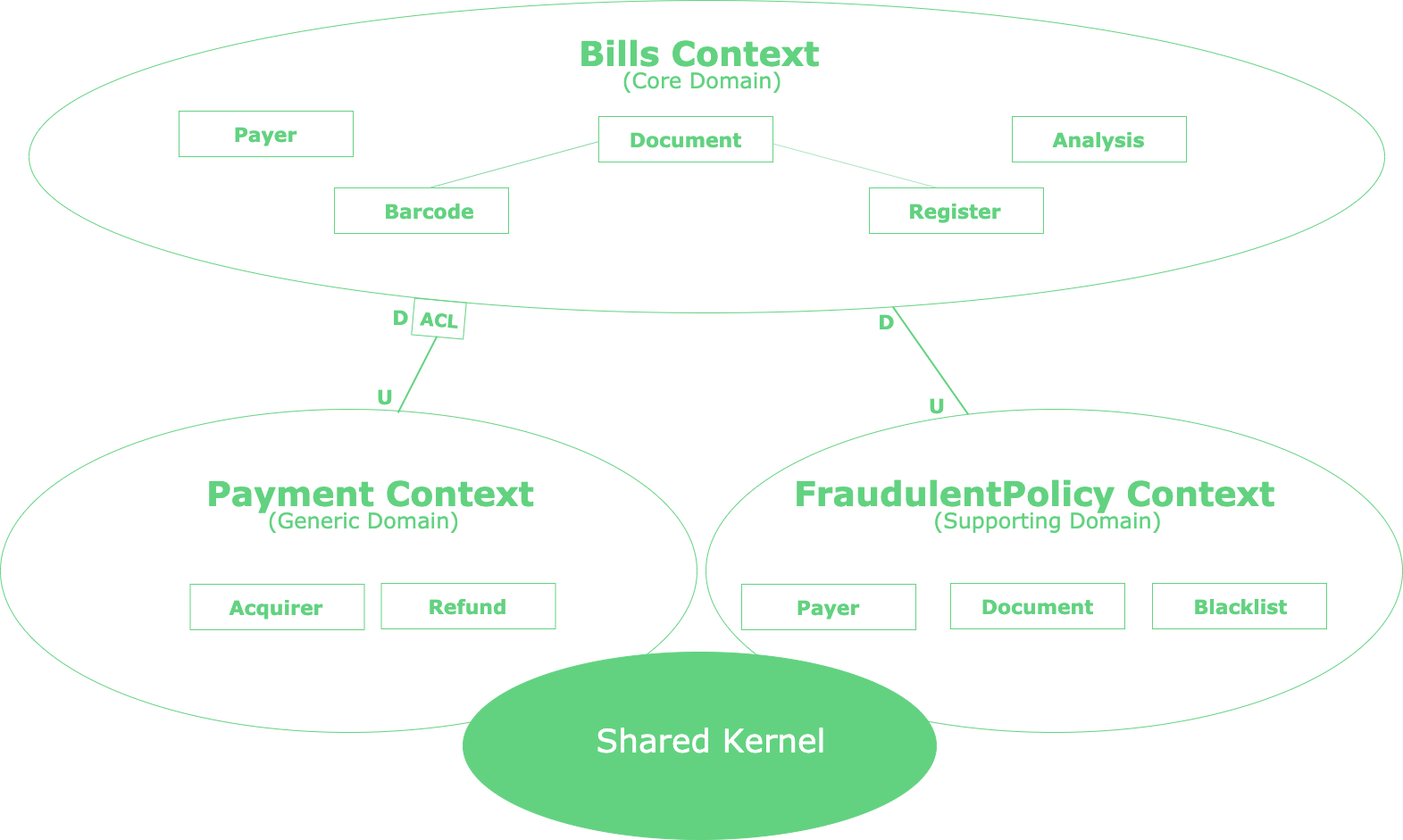
Earlier version of the draw.io export assets/sharedKernel.png (renatocosta/Domain-driven-Design). Source tidied: cells renumbered, new cells last; positions are measured from the earlier drawing's top-left corner, leaving out a move shared by most shapes. The source it was exported from:
```xml
<mxGraphModel>
  <root>
    <mxCell id="0" />
    <mxCell id="1" parent="0" />
    <mxCell id="2" style="ellipse;whiteSpace=wrap;html=1;shadow=0;strokeColor=#62D280;fillColor=none;" parent="1" vertex="1">
      <mxGeometry x="32" width="1518" height="350" as="geometry" />
    </mxCell>
    <mxCell id="3" style="ellipse;whiteSpace=wrap;html=1;shadow=0;strokeColor=#62D280;fillColor=none;" parent="1" vertex="1">
      <mxGeometry x="790" y="458" width="780" height="362" as="geometry" />
    </mxCell>
    <mxCell id="4" style="line;strokeWidth=2;direction=south;html=1;shadow=0;fillColor=#62D280;rotation=27;strokeColor=#62D280;" parent="1" vertex="1">
      <mxGeometry x="367" y="371" width="200" height="96" as="geometry" />
    </mxCell>
    <mxCell id="5" style="line;strokeWidth=2;direction=south;html=1;shadow=0;fillColor=#62D280;rotation=-35;strokeColor=#62D280;" parent="1" vertex="1">
      <mxGeometry x="919" y="330" width="245" height="147" as="geometry" />
    </mxCell>
    <mxCell id="6" value="&lt;font face=&quot;Verdana&quot; style=&quot;font-size: 38px&quot; color=&quot;#62d280&quot;&gt;&lt;b&gt;Bills Context&lt;/b&gt;&lt;/font&gt;" style="text;html=1;fontSize=38;" parent="1" vertex="1">
      <mxGeometry x="646" y="30" width="274" height="40" as="geometry" />
    </mxCell>
    <mxCell id="7" value="&lt;font face=&quot;Verdana&quot; color=&quot;#62d280&quot; style=&quot;font-size: 24px&quot;&gt;(Core Domain)&lt;/font&gt;" style="text;html=1;strokeColor=none;fillColor=none;align=center;verticalAlign=middle;whiteSpace=wrap;rounded=0;shadow=0;" parent="1" vertex="1">
      <mxGeometry x="680" y="79" width="210" height="20" as="geometry" />
    </mxCell>
    <mxCell id="8" style="rounded=0;whiteSpace=wrap;html=1;shadow=0;strokeColor=#62D280;fillColor=none;" parent="1" vertex="1">
      <mxGeometry x="670" y="130" width="195" height="51" as="geometry" />
    </mxCell>
    <mxCell id="9" value="&lt;font style=&quot;font-size: 22px&quot; face=&quot;Verdana&quot; color=&quot;#62d280&quot;&gt;&lt;b&gt;Document&lt;/b&gt;&lt;/font&gt;" style="text;html=1;strokeColor=none;fillColor=none;align=center;verticalAlign=middle;whiteSpace=wrap;rounded=0;shadow=0;fontSize=22;" parent="1" vertex="1">
      <mxGeometry x="746" y="146.5" width="40" height="20" as="geometry" />
    </mxCell>
    <mxCell id="10" style="rounded=0;whiteSpace=wrap;html=1;shadow=0;strokeColor=#62D280;fillColor=none;" parent="1" vertex="1">
      <mxGeometry x="374" y="210" width="195" height="51" as="geometry" />
    </mxCell>
    <mxCell id="11" value="&lt;font style=&quot;font-size: 22px&quot; face=&quot;Verdana&quot; color=&quot;#62d280&quot;&gt;&lt;b&gt;Barcode&lt;/b&gt;&lt;/font&gt;" style="text;html=1;strokeColor=none;fillColor=none;align=center;verticalAlign=middle;whiteSpace=wrap;rounded=0;shadow=0;fontSize=22;" parent="1" vertex="1">
      <mxGeometry x="460" y="226.5" width="40" height="20" as="geometry" />
    </mxCell>
    <mxCell id="12" style="rounded=0;whiteSpace=wrap;html=1;shadow=0;strokeColor=#62D280;fillColor=none;" parent="1" vertex="1">
      <mxGeometry x="973" y="210" width="195" height="51" as="geometry" />
    </mxCell>
    <mxCell id="13" value="&lt;font style=&quot;font-size: 22px&quot; face=&quot;Verdana&quot; color=&quot;#62d280&quot;&gt;&lt;b&gt;Register&lt;/b&gt;&lt;/font&gt;" style="text;html=1;strokeColor=none;fillColor=none;align=center;verticalAlign=middle;whiteSpace=wrap;rounded=0;shadow=0;fontSize=22;" parent="1" vertex="1">
      <mxGeometry x="1049" y="226.5" width="40" height="20" as="geometry" />
    </mxCell>
    <mxCell id="14" style="rounded=0;whiteSpace=wrap;html=1;shadow=0;strokeColor=#62D280;fillColor=none;" parent="1" vertex="1">
      <mxGeometry x="1133" y="130" width="195" height="51" as="geometry" />
    </mxCell>
    <mxCell id="15" value="&lt;font style=&quot;font-size: 22px&quot; face=&quot;Verdana&quot; color=&quot;#62d280&quot;&gt;&lt;b&gt;Analysis&lt;/b&gt;&lt;/font&gt;" style="text;html=1;strokeColor=none;fillColor=none;align=center;verticalAlign=middle;whiteSpace=wrap;rounded=0;shadow=0;fontSize=22;" parent="1" vertex="1">
      <mxGeometry x="1209" y="146.5" width="40" height="20" as="geometry" />
    </mxCell>
    <mxCell id="16" style="rounded=0;whiteSpace=wrap;html=1;shadow=0;strokeColor=#62D280;fillColor=none;" parent="1" vertex="1">
      <mxGeometry x="200" y="124" width="195" height="51" as="geometry" />
    </mxCell>
    <mxCell id="17" value="&lt;font style=&quot;font-size: 22px&quot; face=&quot;Verdana&quot; color=&quot;#62d280&quot;&gt;&lt;b&gt;Payer&lt;/b&gt;&lt;/font&gt;" style="text;html=1;strokeColor=none;fillColor=none;align=center;verticalAlign=middle;whiteSpace=wrap;rounded=0;shadow=0;fontSize=22;" parent="1" vertex="1">
      <mxGeometry x="276" y="140.5" width="40" height="20" as="geometry" />
    </mxCell>
    <mxCell id="18" style="endArrow=none;html=1;shadow=0;strokeColor=#82D6A2;fillColor=#000000;" parent="1" edge="1">
      <mxGeometry relative="1" as="geometry">
        <mxPoint x="480" y="210" as="sourcePoint" />
        <mxPoint x="670" y="158.1" as="targetPoint" />
      </mxGeometry>
    </mxCell>
    <mxCell id="19" style="endArrow=none;html=1;shadow=0;strokeColor=#82D6A2;fillColor=#000000;entryX=0.39;entryY=-0.078;entryDx=0;entryDy=0;entryPerimeter=0;" parent="1" edge="1">
      <mxGeometry relative="1" as="geometry">
        <mxPoint x="865" y="160.5" as="sourcePoint" />
        <mxPoint x="1049.1" y="210" as="targetPoint" />
      </mxGeometry>
    </mxCell>
    <mxCell id="20" value="&lt;font face=&quot;Verdana&quot; style=&quot;font-size: 38px&quot; color=&quot;#62d280&quot;&gt;&lt;b&gt;FraudulentPolicy Context&lt;/b&gt;&lt;/font&gt;" style="text;html=1;fontSize=38;" parent="1" vertex="1">
      <mxGeometry x="887" y="523" width="370" height="40" as="geometry" />
    </mxCell>
    <mxCell id="21" value="&lt;font face=&quot;Verdana&quot; color=&quot;#62d280&quot; style=&quot;font-size: 24px&quot;&gt;(Supporting Domain)&lt;/font&gt;" style="text;html=1;strokeColor=none;fillColor=none;align=center;verticalAlign=middle;whiteSpace=wrap;rounded=0;shadow=0;" parent="1" vertex="1">
      <mxGeometry x="1044" y="572" width="258" height="20" as="geometry" />
    </mxCell>
    <mxCell id="22" style="rounded=0;whiteSpace=wrap;html=1;shadow=0;strokeColor=#62D280;fillColor=none;" parent="1" vertex="1">
      <mxGeometry x="1064" y="653" width="195" height="51" as="geometry" />
    </mxCell>
    <mxCell id="23" value="&lt;font style=&quot;font-size: 22px&quot; face=&quot;Verdana&quot; color=&quot;#62d280&quot;&gt;&lt;b&gt;Document&lt;/b&gt;&lt;/font&gt;" style="text;html=1;strokeColor=none;fillColor=none;align=center;verticalAlign=middle;whiteSpace=wrap;rounded=0;shadow=0;fontSize=22;" parent="1" vertex="1">
      <mxGeometry x="1140" y="669.5" width="40" height="20" as="geometry" />
    </mxCell>
    <mxCell id="24" style="rounded=0;whiteSpace=wrap;html=1;shadow=0;strokeColor=#62D280;fillColor=none;" parent="1" vertex="1">
      <mxGeometry x="830" y="654" width="195" height="51" as="geometry" />
    </mxCell>
    <mxCell id="25" value="&lt;font style=&quot;font-size: 22px&quot; face=&quot;Verdana&quot; color=&quot;#62d280&quot;&gt;&lt;b&gt;Payer&lt;/b&gt;&lt;/font&gt;" style="text;html=1;strokeColor=none;fillColor=none;align=center;verticalAlign=middle;whiteSpace=wrap;rounded=0;shadow=0;fontSize=22;" parent="1" vertex="1">
      <mxGeometry x="906" y="670.5" width="40" height="20" as="geometry" />
    </mxCell>
    <mxCell id="26" style="rounded=0;whiteSpace=wrap;html=1;shadow=0;strokeColor=#62D280;fillColor=none;" parent="1" vertex="1">
      <mxGeometry x="1290" y="653" width="195" height="51" as="geometry" />
    </mxCell>
    <mxCell id="27" value="&lt;font style=&quot;font-size: 22px&quot; face=&quot;Verdana&quot; color=&quot;#62d280&quot;&gt;&lt;b&gt;Blacklist&lt;/b&gt;&lt;/font&gt;" style="text;html=1;strokeColor=none;fillColor=none;align=center;verticalAlign=middle;whiteSpace=wrap;rounded=0;shadow=0;fontSize=22;" parent="1" vertex="1">
      <mxGeometry x="1367.5" y="669.5" width="40" height="20" as="geometry" />
    </mxCell>
    <mxCell id="28" style="ellipse;whiteSpace=wrap;html=1;shadow=0;strokeColor=#62D280;fillColor=none;" parent="1" vertex="1">
      <mxGeometry y="458" width="780" height="362" as="geometry" />
    </mxCell>
    <mxCell id="29" value="&lt;font face=&quot;Verdana&quot; style=&quot;font-size: 38px&quot; color=&quot;#62d280&quot;&gt;&lt;b&gt;Payment Context&lt;/b&gt;&lt;/font&gt;" style="text;html=1;fontSize=38;" parent="1" vertex="1">
      <mxGeometry x="228.5" y="523" width="370" height="40" as="geometry" />
    </mxCell>
    <mxCell id="30" value="&lt;font face=&quot;Verdana&quot; color=&quot;#62d280&quot; style=&quot;font-size: 24px&quot;&gt;(Generic Domain)&lt;/font&gt;" style="text;html=1;strokeColor=none;fillColor=none;align=center;verticalAlign=middle;whiteSpace=wrap;rounded=0;shadow=0;" parent="1" vertex="1">
      <mxGeometry x="276.5" y="572" width="258" height="20" as="geometry" />
    </mxCell>
    <mxCell id="31" style="rounded=0;whiteSpace=wrap;html=1;shadow=0;strokeColor=#62D280;fillColor=none;" parent="1" vertex="1">
      <mxGeometry x="426.5" y="653" width="195" height="51" as="geometry" />
    </mxCell>
    <mxCell id="32" value="&lt;font style=&quot;font-size: 22px&quot; face=&quot;Verdana&quot; color=&quot;#62d280&quot;&gt;&lt;b&gt;Refund&lt;/b&gt;&lt;/font&gt;" style="text;html=1;strokeColor=none;fillColor=none;align=center;verticalAlign=middle;whiteSpace=wrap;rounded=0;shadow=0;fontSize=22;" parent="1" vertex="1">
      <mxGeometry x="502.5" y="669.5" width="40" height="20" as="geometry" />
    </mxCell>
    <mxCell id="33" style="rounded=0;whiteSpace=wrap;html=1;shadow=0;strokeColor=#62D280;fillColor=none;" parent="1" vertex="1">
      <mxGeometry x="212.5" y="654" width="195" height="51" as="geometry" />
    </mxCell>
    <mxCell id="34" value="&lt;font color=&quot;#62d280&quot; face=&quot;Verdana&quot;&gt;&lt;b&gt;Acquirer&lt;/b&gt;&lt;/font&gt;" style="text;html=1;strokeColor=none;fillColor=none;align=center;verticalAlign=middle;whiteSpace=wrap;rounded=0;shadow=0;fontSize=22;" parent="1" vertex="1">
      <mxGeometry x="288.5" y="670.5" width="40" height="20" as="geometry" />
    </mxCell>
    <mxCell id="35" value="&lt;b style=&quot;color: rgb(98 , 210 , 128) ; font-family: &amp;#34;verdana&amp;#34; ; font-size: 22px&quot;&gt;D&lt;/b&gt;" style="text;html=1;strokeColor=none;fillColor=none;align=center;verticalAlign=middle;whiteSpace=wrap;rounded=0;shadow=0;" parent="1" vertex="1">
      <mxGeometry x="429" y="345" width="39" height="20" as="geometry" />
    </mxCell>
    <mxCell id="36" value="&lt;b style=&quot;color: rgb(98 , 210 , 128) ; font-family: &amp;#34;verdana&amp;#34; ; font-size: 22px&quot;&gt;U&lt;/b&gt;" style="text;html=1;strokeColor=none;fillColor=none;align=center;verticalAlign=middle;whiteSpace=wrap;rounded=0;shadow=0;" parent="1" vertex="1">
      <mxGeometry x="411" y="434" width="40" height="20" as="geometry" />
    </mxCell>
    <mxCell id="37" value="&lt;font color=&quot;#62d280&quot; face=&quot;verdana&quot; style=&quot;font-size: 20px&quot;&gt;&lt;b&gt;ACL&lt;/b&gt;&lt;/font&gt;" style="rounded=0;whiteSpace=wrap;html=1;shadow=0;strokeColor=#62D280;fillColor=none;rotation=5;" parent="1" vertex="1">
      <mxGeometry x="462" y="336" width="58" height="41" as="geometry" />
    </mxCell>
    <mxCell id="38" value="&lt;b style=&quot;color: rgb(98 , 210 , 128) ; font-family: &amp;#34;verdana&amp;#34; ; font-size: 22px&quot;&gt;D&lt;/b&gt;" style="text;html=1;strokeColor=none;fillColor=none;align=center;verticalAlign=middle;whiteSpace=wrap;rounded=0;shadow=0;" parent="1" vertex="1">
      <mxGeometry x="973" y="349.5" width="39" height="20" as="geometry" />
    </mxCell>
    <mxCell id="39" value="&lt;b style=&quot;color: rgb(98 , 210 , 128) ; font-family: &amp;#34;verdana&amp;#34; ; font-size: 22px&quot;&gt;U&lt;/b&gt;" style="text;html=1;strokeColor=none;fillColor=none;align=center;verticalAlign=middle;whiteSpace=wrap;rounded=0;shadow=0;" parent="1" vertex="1">
      <mxGeometry x="1029" y="444" width="40" height="20" as="geometry" />
    </mxCell>
    <mxCell id="40" style="ellipse;whiteSpace=wrap;html=1;shadow=0;strokeColor=#62D280;fillColor=#62D280;" parent="1" vertex="1">
      <mxGeometry x="518" y="730" width="530" height="210" as="geometry" />
    </mxCell>
    <mxCell id="41" value="&lt;font face=&quot;Verdana&quot; style=&quot;font-size: 36px&quot; color=&quot;#ffffff&quot;&gt;Shared Kernel&lt;/font&gt;" style="text;html=1;strokeColor=none;fillColor=none;align=center;verticalAlign=middle;whiteSpace=wrap;rounded=0;shadow=0;" parent="1" vertex="1">
      <mxGeometry x="650" y="788" width="290" height="80" as="geometry" />
    </mxCell>
  </root>
</mxGraphModel>
```
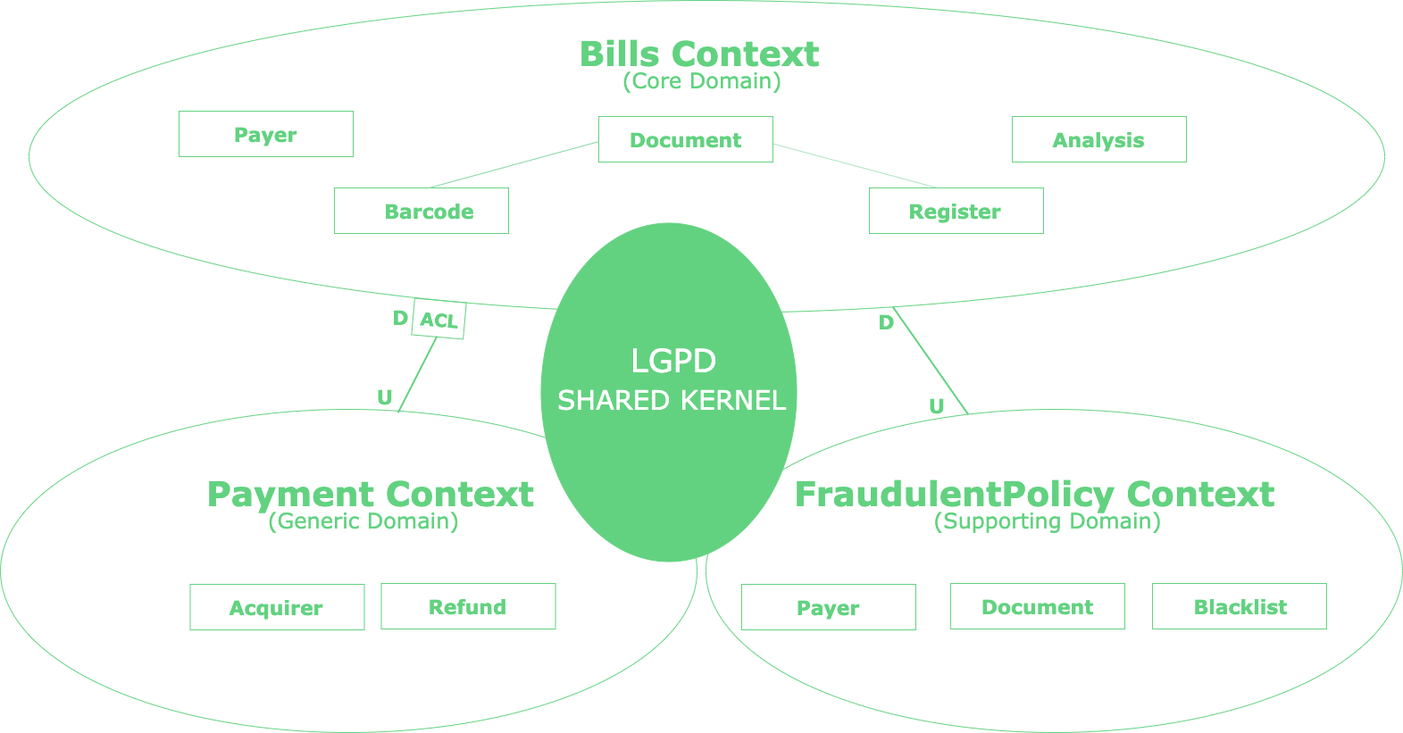
Above is the later version.

The edit, as a diff of the source:
```diff
@@ -122,11 +122,14 @@
     <mxCell id="39" value="&lt;b style=&quot;color: rgb(98 , 210 , 128) ; font-family: &amp;#34;verdana&amp;#34; ; font-size: 22px&quot;&gt;U&lt;/b&gt;" style="text;html=1;strokeColor=none;fillColor=none;align=center;verticalAlign=middle;whiteSpace=wrap;rounded=0;shadow=0;" parent="1" vertex="1">
       <mxGeometry x="1029" y="444" width="40" height="20" as="geometry" />
     </mxCell>
-    <mxCell id="40" style="ellipse;whiteSpace=wrap;html=1;shadow=0;strokeColor=#62D280;fillColor=#62D280;" parent="1" vertex="1">
-      <mxGeometry x="518" y="730" width="530" height="210" as="geometry" />
-    </mxCell>
-    <mxCell id="41" value="&lt;font face=&quot;Verdana&quot; style=&quot;font-size: 36px&quot; color=&quot;#ffffff&quot;&gt;Shared Kernel&lt;/font&gt;" style="text;html=1;strokeColor=none;fillColor=none;align=center;verticalAlign=middle;whiteSpace=wrap;rounded=0;shadow=0;" parent="1" vertex="1">
-      <mxGeometry x="650" y="788" width="290" height="80" as="geometry" />
-    </mxCell>
+    <mxCell id="42" style="ellipse;whiteSpace=wrap;html=1;shadow=0;strokeColor=#62D280;fillColor=#62D280;rotation=90;" parent="1" vertex="1">
+      <mxGeometry x="559" y="296" width="379" height="286" as="geometry" />
+    </mxCell>
+    <mxCell id="43" value="&lt;font face=&quot;Verdana&quot; style=&quot;font-size: 36px&quot; color=&quot;#ffffff&quot;&gt;&amp;nbsp;&lt;/font&gt;&lt;span style=&quot;color: rgb(255 , 255 , 255) ; font-family: &amp;#34;verdana&amp;#34; ; font-size: 36px&quot;&gt;LGPD&lt;/span&gt;" style="text;html=1;strokeColor=none;fillColor=none;align=center;verticalAlign=middle;whiteSpace=wrap;rounded=0;shadow=0;" parent="1" vertex="1">
+      <mxGeometry x="610" y="374" width="274" height="56" as="geometry" />
+    </mxCell>
+    <mxCell id="44" value="&lt;font color=&quot;#ffffff&quot; face=&quot;Verdana&quot; style=&quot;font-size: 30px&quot;&gt;SHARED KERNEL&lt;/font&gt;" style="text;html=1;strokeColor=none;fillColor=none;align=center;verticalAlign=middle;whiteSpace=wrap;rounded=0;shadow=0;fontSize=30;" parent="1" vertex="1">
+      <mxGeometry x="592" y="417" width="320" height="60" as="geometry" />
+    </mxCell>
   </root>
 </mxGraphModel>
```
